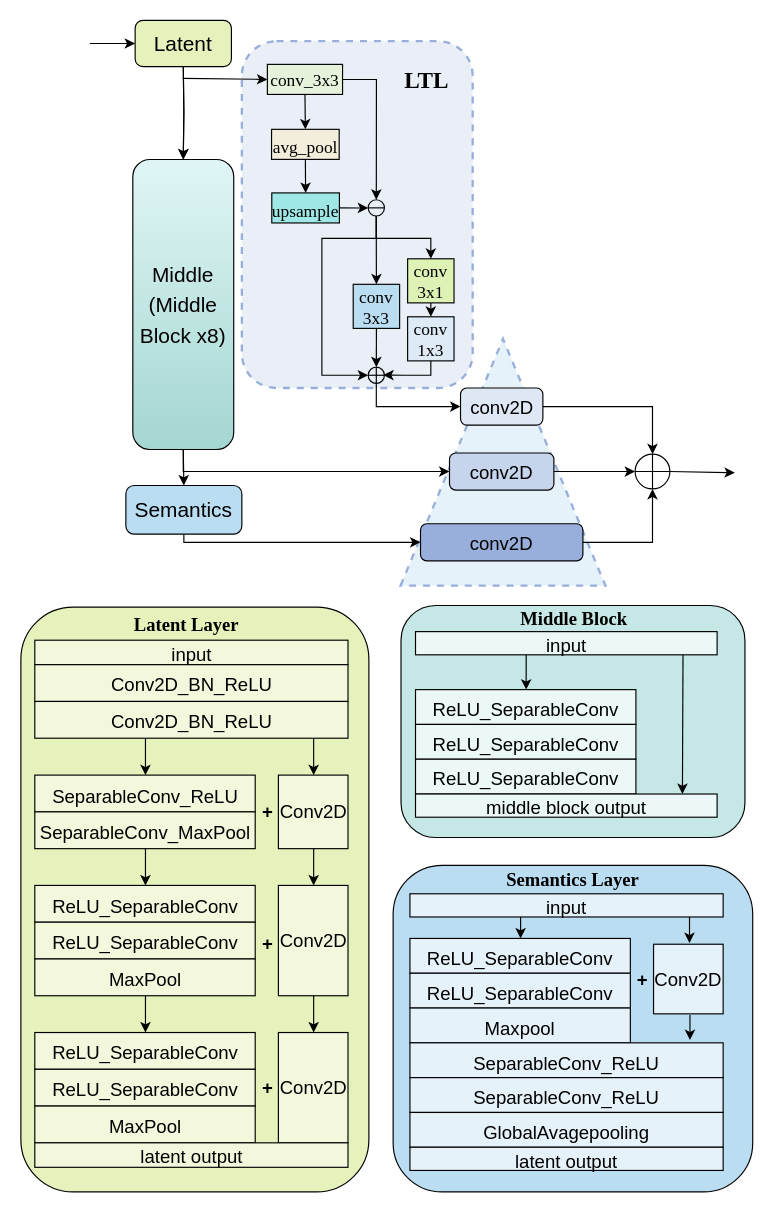
Dshdarkness/Timporal_is_all_U_need keeps this draw.io diagram as model_arch.drawio. Above is the earlier version. Source tidied: cells renumbered, new cells numbered last; positions are measured from the earlier drawing's top-left corner, leaving out a move shared by most shapes. Both pictures are drawn from the tidied source at 116%, with x=0, y=0 at pixel (20, 20).
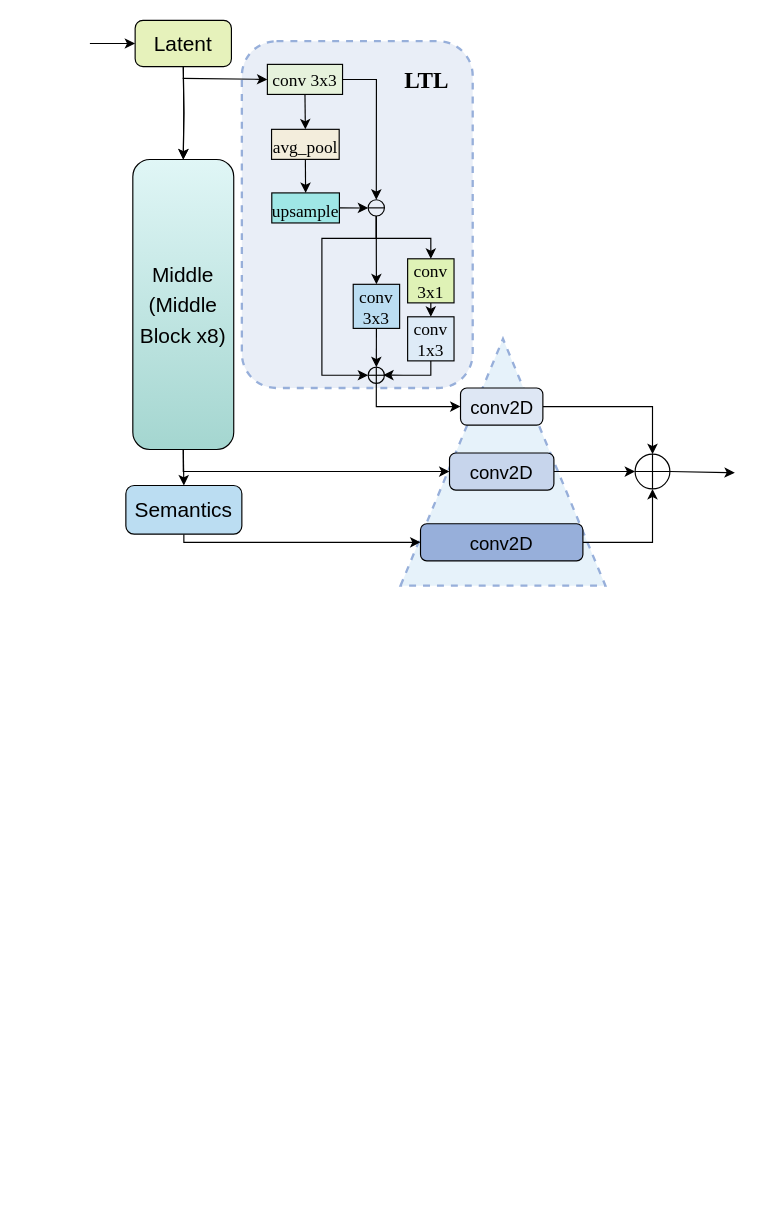
The same page after the edit.

The change refers to these unchanged cells:
```xml
<mxCell id="42" style="group;" parent="1" vertex="1">
  <mxGeometry x="0.5" y="490" width="300" height="520" as="geometry" />
</mxCell>
<mxCell id="70" style="group;" parent="1" vertex="1">
  <mxGeometry x="328.2" y="490" width="296.5" height="214.5" as="geometry" />
</mxCell>
```

Diff of the diagram source:
```diff
@@
-    <mxCell id="23" value="&lt;font style=&quot;&quot; face=&quot;Times New Roman&quot;&gt;&lt;font style=&quot;font-size: 15px;&quot;&gt;conv_3x3&lt;/font&gt;&lt;br&gt;&lt;/font&gt;" style="rounded=0;whiteSpace=wrap;html=1;fillColor=#E6F2DC;" parent="1" vertex="1">
+    <mxCell id="23" value="&lt;font style=&quot;&quot; face=&quot;Times New Roman&quot;&gt;&lt;font style=&quot;font-size: 15px;&quot;&gt;conv 3x3&lt;/font&gt;&lt;br&gt;&lt;/font&gt;" style="rounded=0;whiteSpace=wrap;html=1;fillColor=#E6F2DC;" parent="1" vertex="1">
       <mxGeometry x="213" y="38" width="64.8" height="25.9" as="geometry" />
     </mxCell>
@@
-    <mxCell id="43" style="rounded=1;whiteSpace=wrap;html=1;fontSize=16;fillColor=#E6F2BB;" parent="42" vertex="1">
-      <mxGeometry y="15.9" width="300" height="504.1" as="geometry" />
-    </mxCell>
-    <mxCell id="44" value="&lt;font style=&quot;font-size: 16px;&quot;&gt;input&lt;/font&gt;" style="rounded=0;whiteSpace=wrap;html=1;fontSize=20;align=center;fillColor=#F3F8DC;" parent="42" vertex="1">
-      <mxGeometry x="12" y="44.4" width="270" height="21.1" as="geometry" />
-    </mxCell>
-    <mxCell id="45" value="&lt;font style=&quot;font-size: 16px;&quot;&gt;Conv2D_BN_ReLU&lt;/font&gt;" style="rounded=0;whiteSpace=wrap;html=1;fontSize=20;fillColor=#F3F8DC;" parent="42" vertex="1">
-      <mxGeometry x="12" y="65.5" width="270" height="31.7" as="geometry" />
-    </mxCell>
-    <mxCell id="46" value="&lt;font style=&quot;font-size: 16px;&quot;&gt;Conv2D_BN_ReLU&lt;/font&gt;" style="rounded=0;whiteSpace=wrap;html=1;fontSize=20;fillColor=#F3F8DC;" parent="42" vertex="1">
-      <mxGeometry x="12" y="97.2" width="270" height="31.7" as="geometry" />
-    </mxCell>
-    <mxCell id="47" style="endArrow=classic;html=1;rounded=0;fontSize=30;" parent="42" edge="1">
-      <mxGeometry relative="1" as="geometry">
-        <mxPoint x="107.4" y="128.9" as="sourcePoint" />
-        <mxPoint x="107.4" y="160.7" as="targetPoint" />
-      </mxGeometry>
-    </mxCell>
-    <mxCell id="48" value="&lt;font style=&quot;font-size: 16px;&quot;&gt;SeparableConv_ReLU&lt;/font&gt;" style="rounded=0;whiteSpace=wrap;html=1;fontSize=20;fillColor=#F3F8DC;" parent="42" vertex="1">
-      <mxGeometry x="12" y="160.7" width="190" height="31.7" as="geometry" />
-    </mxCell>
-    <mxCell id="49" value="&lt;font style=&quot;font-size: 16px;&quot;&gt;SeparableConv_MaxPool&lt;/font&gt;" style="rounded=0;whiteSpace=wrap;html=1;fontSize=20;fillColor=#F3F8DC;" parent="42" vertex="1">
-      <mxGeometry x="12" y="192.4" width="190" height="31.7" as="geometry" />
-    </mxCell>
-    <mxCell id="50" value="Conv2D" style="rounded=0;whiteSpace=wrap;html=1;fontSize=16;gradientColor=none;fillColor=#F3F8DC;" parent="42" vertex="1">
-      <mxGeometry x="222" y="160.7" width="60" height="63.4" as="geometry" />
-    </mxCell>
-    <mxCell id="51" value="&lt;font style=&quot;font-size: 16px;&quot;&gt;ReLU_SeparableConv&lt;/font&gt;" style="rounded=0;whiteSpace=wrap;html=1;fontSize=20;fillColor=#F3F8DC;" parent="42" vertex="1">
-      <mxGeometry x="12" y="255.8" width="190" height="31.7" as="geometry" />
-    </mxCell>
-    <mxCell id="52" value="&lt;font style=&quot;font-size: 16px;&quot;&gt;ReLU_SeparableConv&lt;/font&gt;" style="rounded=0;whiteSpace=wrap;html=1;fontSize=20;fillColor=#F3F8DC;" parent="42" vertex="1">
-      <mxGeometry x="12" y="287.5" width="190" height="31.7" as="geometry" />
-    </mxCell>
-    <mxCell id="53" value="Conv2D" style="rounded=0;whiteSpace=wrap;html=1;fontSize=16;fillColor=#F3F8DC;" parent="42" vertex="1">
-      <mxGeometry x="222" y="255.8" width="60" height="95.1" as="geometry" />
-    </mxCell>
-    <mxCell id="54" value="&lt;font style=&quot;font-size: 16px;&quot;&gt;MaxPool&lt;/font&gt;" style="rounded=0;whiteSpace=wrap;html=1;fontSize=20;fillColor=#F3F8DC;" parent="42" vertex="1">
-      <mxGeometry x="12" y="319.2" width="190" height="31.7" as="geometry" />
-    </mxCell>
-    <mxCell id="55" value="&lt;font style=&quot;font-size: 16px;&quot;&gt;ReLU_SeparableConv&lt;/font&gt;" style="rounded=0;whiteSpace=wrap;html=1;fontSize=20;fillColor=#F3F8DC;" parent="42" vertex="1">
-      <mxGeometry x="12" y="382.6" width="190" height="31.7" as="geometry" />
-    </mxCell>
-    <mxCell id="56" value="&lt;font style=&quot;font-size: 16px;&quot;&gt;ReLU_SeparableConv&lt;/font&gt;" style="rounded=0;whiteSpace=wrap;html=1;fontSize=20;fillColor=#F3F8DC;" parent="42" vertex="1">
-      <mxGeometry x="12" y="414.3" width="190" height="31.7" as="geometry" />
-    </mxCell>
-    <mxCell id="57" value="Conv2D" style="rounded=0;whiteSpace=wrap;html=1;fontSize=16;fillColor=#F3F8DC;" parent="42" vertex="1">
-      <mxGeometry x="222" y="382.6" width="60" height="95.1" as="geometry" />
-    </mxCell>
-    <mxCell id="58" value="&lt;font style=&quot;font-size: 16px;&quot;&gt;MaxPool&lt;/font&gt;" style="rounded=0;whiteSpace=wrap;html=1;fontSize=20;fillColor=#F3F8DC;" parent="42" vertex="1">
-      <mxGeometry x="12" y="446" width="190" height="31.7" as="geometry" />
-    </mxCell>
-    <mxCell id="59" value="&lt;font style=&quot;font-size: 16px;&quot;&gt;latent output&lt;/font&gt;" style="rounded=0;whiteSpace=wrap;html=1;fontSize=20;align=center;fillColor=#F3F8DC;" parent="42" vertex="1">
-      <mxGeometry x="12" y="477.7" width="270" height="21.1" as="geometry" />
-    </mxCell>
-    <mxCell id="60" style="endArrow=classic;html=1;rounded=0;fontSize=30;" parent="42" edge="1">
-      <mxGeometry relative="1" as="geometry">
-        <mxPoint x="252.4" y="128.9" as="sourcePoint" />
-        <mxPoint x="252.4" y="160.7" as="targetPoint" />
-      </mxGeometry>
-    </mxCell>
-    <mxCell id="61" style="endArrow=classic;html=1;rounded=0;fontSize=30;" parent="42" edge="1">
-      <mxGeometry relative="1" as="geometry">
-        <mxPoint x="107.4" y="224.1" as="sourcePoint" />
-        <mxPoint x="107.4" y="255.8" as="targetPoint" />
-      </mxGeometry>
-    </mxCell>
-    <mxCell id="62" style="endArrow=classic;html=1;rounded=0;fontSize=30;" parent="42" edge="1">
-      <mxGeometry relative="1" as="geometry">
-        <mxPoint x="107.4" y="350.9" as="sourcePoint" />
-        <mxPoint x="107.4" y="382.6" as="targetPoint" />
-      </mxGeometry>
-    </mxCell>
-    <mxCell id="63" style="endArrow=classic;html=1;rounded=0;fontSize=30;" parent="42" edge="1">
-      <mxGeometry relative="1" as="geometry">
-        <mxPoint x="252.4" y="224.1" as="sourcePoint" />
-        <mxPoint x="252.4" y="255.8" as="targetPoint" />
-      </mxGeometry>
-    </mxCell>
-    <mxCell id="64" style="endArrow=classic;html=1;rounded=0;fontSize=30;" parent="42" edge="1">
-      <mxGeometry relative="1" as="geometry">
-        <mxPoint x="252.4" y="350.9" as="sourcePoint" />
-        <mxPoint x="252.4" y="382.6" as="targetPoint" />
-      </mxGeometry>
-    </mxCell>
@@
-    <mxCell id="66" value="&lt;b&gt;+&lt;/b&gt;" style="text;html=1;align=center;verticalAlign=middle;strokeColor=none;fillColor=none;fontSize=16;" parent="42" vertex="1">
-      <mxGeometry x="197" y="176.5" width="30" height="30" as="geometry" />
-    </mxCell>
-    <mxCell id="67" value="&lt;b&gt;+&lt;/b&gt;" style="text;html=1;align=center;verticalAlign=middle;strokeColor=none;fillColor=none;fontSize=16;" parent="42" vertex="1">
-      <mxGeometry x="197" y="290.7" width="30" height="30" as="geometry" />
-    </mxCell>
-    <mxCell id="68" value="&lt;b&gt;+&lt;/b&gt;" style="text;html=1;align=center;verticalAlign=middle;strokeColor=none;fillColor=none;fontSize=16;" parent="42" vertex="1">
-      <mxGeometry x="197" y="415.4" width="30" height="30" as="geometry" />
-    </mxCell>
-    <mxCell id="69" value="&lt;b style=&quot;font-family: Helvetica;&quot;&gt;&lt;font face=&quot;Times New Roman&quot;&gt;Latent Layer&lt;/font&gt;&lt;/b&gt;" style="text;html=1;align=center;verticalAlign=middle;strokeColor=none;fillColor=none;fontSize=16;fontFamily=Times New Roman;" parent="42" vertex="1">
-      <mxGeometry x="87" y="15.9" width="110" height="30" as="geometry" />
-    </mxCell>
@@
-    <mxCell id="71" style="rounded=1;whiteSpace=wrap;html=1;fontSize=16;fillColor=#C5E7E5;" parent="70" vertex="1">
-      <mxGeometry y="14.5" width="296.5" height="200" as="geometry" />
-    </mxCell>
-    <mxCell id="72" value="&lt;font style=&quot;font-size: 16px;&quot;&gt;input&lt;/font&gt;" style="rounded=0;whiteSpace=wrap;html=1;fontSize=20;align=center;fillColor=#EBF8F7;" parent="70" vertex="1">
-      <mxGeometry x="12.5" y="37" width="260" height="20" as="geometry" />
-    </mxCell>
-    <mxCell id="73" style="endArrow=classic;html=1;rounded=0;fontSize=30;" parent="70" edge="1">
-      <mxGeometry relative="1" as="geometry">
-        <mxPoint x="107.9" y="57" as="sourcePoint" />
-        <mxPoint x="107.9" y="87" as="targetPoint" />
-      </mxGeometry>
-    </mxCell>
-    <mxCell id="74" value="&lt;font style=&quot;font-size: 16px;&quot;&gt;ReLU_SeparableConv&lt;/font&gt;" style="rounded=0;whiteSpace=wrap;html=1;fontSize=20;fillColor=#EBF8F7;" parent="70" vertex="1">
-      <mxGeometry x="12.5" y="87" width="190" height="30" as="geometry" />
-    </mxCell>
-    <mxCell id="75" value="&lt;span style=&quot;font-size: 16px;&quot;&gt;ReLU_SeparableConv&lt;/span&gt;" style="rounded=0;whiteSpace=wrap;html=1;fontSize=20;fillColor=#EBF8F7;" parent="70" vertex="1">
-      <mxGeometry x="12.5" y="117" width="190" height="30" as="geometry" />
-    </mxCell>
-    <mxCell id="76" style="endArrow=classic;html=1;rounded=0;fontSize=30;entryX=0.885;entryY=0;entryDx=0;entryDy=0;entryPerimeter=0;" parent="70" edge="1" target="79">
-      <mxGeometry relative="1" as="geometry">
-        <mxPoint x="243.1" y="57" as="sourcePoint" />
-      </mxGeometry>
-    </mxCell>
@@
-    <mxCell id="78" value="&lt;span style=&quot;font-size: 16px;&quot;&gt;ReLU_SeparableConv&lt;/span&gt;" style="rounded=0;whiteSpace=wrap;html=1;fontSize=20;fillColor=#EBF8F7;" parent="70" vertex="1">
-      <mxGeometry x="12.5" y="147" width="190" height="30" as="geometry" />
-    </mxCell>
-    <mxCell id="79" value="&lt;span style=&quot;font-size: 16px;&quot;&gt;middle block output&lt;/span&gt;" style="rounded=0;whiteSpace=wrap;html=1;fontSize=20;align=center;fillColor=#EBF8F7;" parent="70" vertex="1">
-      <mxGeometry x="12.5" y="177" width="260" height="20" as="geometry" />
-    </mxCell>
-    <mxCell id="80" value="&lt;b&gt;Middle Block&amp;nbsp;&lt;/b&gt;" style="text;html=1;align=center;verticalAlign=middle;strokeColor=none;fillColor=none;fontSize=16;fontFamily=Times New Roman;" parent="70" vertex="1">
-      <mxGeometry x="90.5" y="10.5" width="120" height="30" as="geometry" />
-    </mxCell>
-    <mxCell id="81" style="group;" parent="1" vertex="1">
-      <mxGeometry x="321.4" y="716" width="310" height="294" as="geometry" />
-    </mxCell>
-    <mxCell id="82" style="rounded=1;whiteSpace=wrap;html=1;fontSize=16;fillColor=#BBDDF2;" parent="81" vertex="1">
-      <mxGeometry y="12.5" width="310" height="281.5" as="geometry" />
-    </mxCell>
-    <mxCell id="83" style="text;html=1;align=center;verticalAlign=middle;strokeColor=none;fillColor=none;fontSize=16;" parent="81" vertex="1">
-      <mxGeometry x="136.2" y="-5" width="50" height="40" as="geometry" />
-    </mxCell>
-    <mxCell id="84" style="endArrow=classic;html=1;rounded=0;fontSize=30;" parent="81" edge="1">
-      <mxGeometry relative="1" as="geometry">
-        <mxPoint x="109.9" y="45.5" as="sourcePoint" />
-        <mxPoint x="109.9" y="75.5" as="targetPoint" />
-      </mxGeometry>
-    </mxCell>
-    <mxCell id="85" value="&lt;font style=&quot;font-size: 16px;&quot;&gt;ReLU_SeparableConv&lt;/font&gt;" style="rounded=0;whiteSpace=wrap;html=1;fontSize=20;fillColor=#E6F2FA;" parent="81" vertex="1">
-      <mxGeometry x="14.5" y="75.5" width="190" height="30" as="geometry" />
-    </mxCell>
-    <mxCell id="86" value="&lt;span style=&quot;font-size: 16px;&quot;&gt;ReLU_SeparableConv&lt;/span&gt;" style="rounded=0;whiteSpace=wrap;html=1;fontSize=20;fillColor=#E6F2FA;" parent="81" vertex="1">
-      <mxGeometry x="14.5" y="105.5" width="190" height="30" as="geometry" />
-    </mxCell>
-    <mxCell id="87" value="&lt;span style=&quot;font-size: 16px;&quot;&gt;Maxpool&lt;/span&gt;" style="rounded=0;whiteSpace=wrap;html=1;fontSize=20;fillColor=#E6F2FA;" parent="81" vertex="1">
-      <mxGeometry x="14.5" y="135.5" width="190" height="30" as="geometry" />
-    </mxCell>
-    <mxCell id="88" value="Conv2D" style="rounded=0;whiteSpace=wrap;html=1;fontSize=16;fillColor=#E6F2FA;" parent="81" vertex="1">
-      <mxGeometry x="224.5" y="80.5" width="60" height="60" as="geometry" />
-    </mxCell>
-    <mxCell id="89" style="endArrow=classic;html=1;rounded=0;fontSize=30;entryX=0.5;entryY=0;entryDx=0;entryDy=0;" parent="81" edge="1">
-      <mxGeometry relative="1" as="geometry">
-        <mxPoint x="255.5" y="47.5" as="sourcePoint" />
-        <mxPoint x="255.5" y="79.5" as="targetPoint" />
-      </mxGeometry>
-    </mxCell>
-    <mxCell id="90" value="&lt;span style=&quot;font-size: 16px;&quot;&gt;SeparableConv_&lt;/span&gt;&lt;span style=&quot;font-size: 16px;&quot;&gt;ReLU&lt;/span&gt;" style="rounded=0;whiteSpace=wrap;html=1;fontSize=20;fillColor=#E6F2FA;" parent="81" vertex="1">
-      <mxGeometry x="14.5" y="165.5" width="270" height="30" as="geometry" />
-    </mxCell>
-    <mxCell id="91" value="&lt;span style=&quot;font-size: 16px;&quot;&gt;SeparableConv_&lt;/span&gt;&lt;span style=&quot;font-size: 16px;&quot;&gt;ReLU&lt;/span&gt;" style="rounded=0;whiteSpace=wrap;html=1;fontSize=20;fillColor=#E6F2FA;" parent="81" vertex="1">
-      <mxGeometry x="14.5" y="195.5" width="270" height="30" as="geometry" />
-    </mxCell>
-    <mxCell id="92" value="&lt;span style=&quot;font-size: 16px;&quot;&gt;GlobalAvagepooling&lt;/span&gt;" style="rounded=0;whiteSpace=wrap;html=1;fontSize=20;fillColor=#E6F2FA;" parent="81" vertex="1">
-      <mxGeometry x="14.5" y="225.5" width="270" height="30" as="geometry" />
-    </mxCell>
-    <mxCell id="93" value="&lt;font style=&quot;font-size: 16px;&quot;&gt;input&lt;/font&gt;" style="rounded=0;whiteSpace=wrap;html=1;fontSize=20;align=center;fillColor=#E6F2FA;" parent="81" vertex="1">
-      <mxGeometry x="14.5" y="37" width="270" height="20" as="geometry" />
-    </mxCell>
-    <mxCell id="94" style="endArrow=classic;html=1;rounded=0;fontSize=30;entryX=0.909;entryY=-0.112;entryDx=0;entryDy=0;entryPerimeter=0;" parent="81" edge="1">
-      <mxGeometry relative="1" as="geometry">
-        <mxPoint x="255.9" y="141.5" as="sourcePoint" />
-        <mxPoint x="255.9" y="163.1" as="targetPoint" />
-      </mxGeometry>
-    </mxCell>
-    <mxCell id="95" value="&lt;b&gt;+&lt;/b&gt;" style="text;html=1;align=center;verticalAlign=middle;strokeColor=none;fillColor=none;fontSize=16;" parent="81" vertex="1">
-      <mxGeometry x="199.5" y="95.5" width="30" height="30" as="geometry" />
-    </mxCell>
-    <mxCell id="96" value="&lt;font style=&quot;font-size: 16px;&quot;&gt;latent output&lt;/font&gt;" style="rounded=0;whiteSpace=wrap;html=1;fontSize=20;align=center;fillColor=#E6F2FA;" parent="81" vertex="1">
-      <mxGeometry x="14.5" y="255.5" width="270" height="20" as="geometry" />
-    </mxCell>
-    <mxCell id="97" value="&lt;b&gt;Semantics Layer&lt;/b&gt;" style="text;html=1;align=center;verticalAlign=middle;strokeColor=none;fillColor=none;fontSize=16;fontFamily=Times New Roman;" parent="81" vertex="1">
-      <mxGeometry x="85" y="9.5" width="140" height="30" as="geometry" />
-    </mxCell>
```
